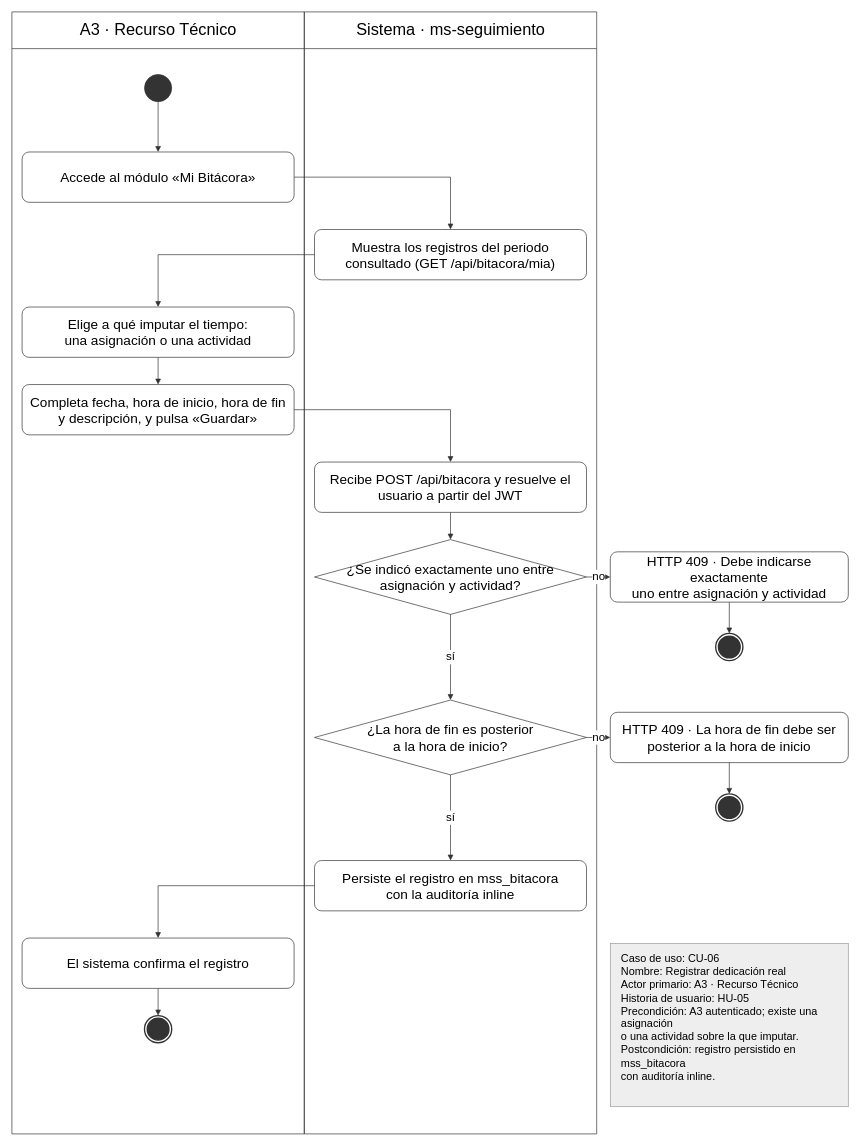
Before: Docs/Diagramas/Actividad/CU-06_Registrar_Dedicacion_Real.drawio in tfm-missi-2026/orquestacion, a draw.io diagram. Source tidied: cells renumbered, new cells numbered last; positions are measured from the earlier drawing's top-left corner, leaving out a move shared by most shapes. Both pictures are drawn from the tidied source at 68%, with x=0, y=0 at pixel (12, 12).
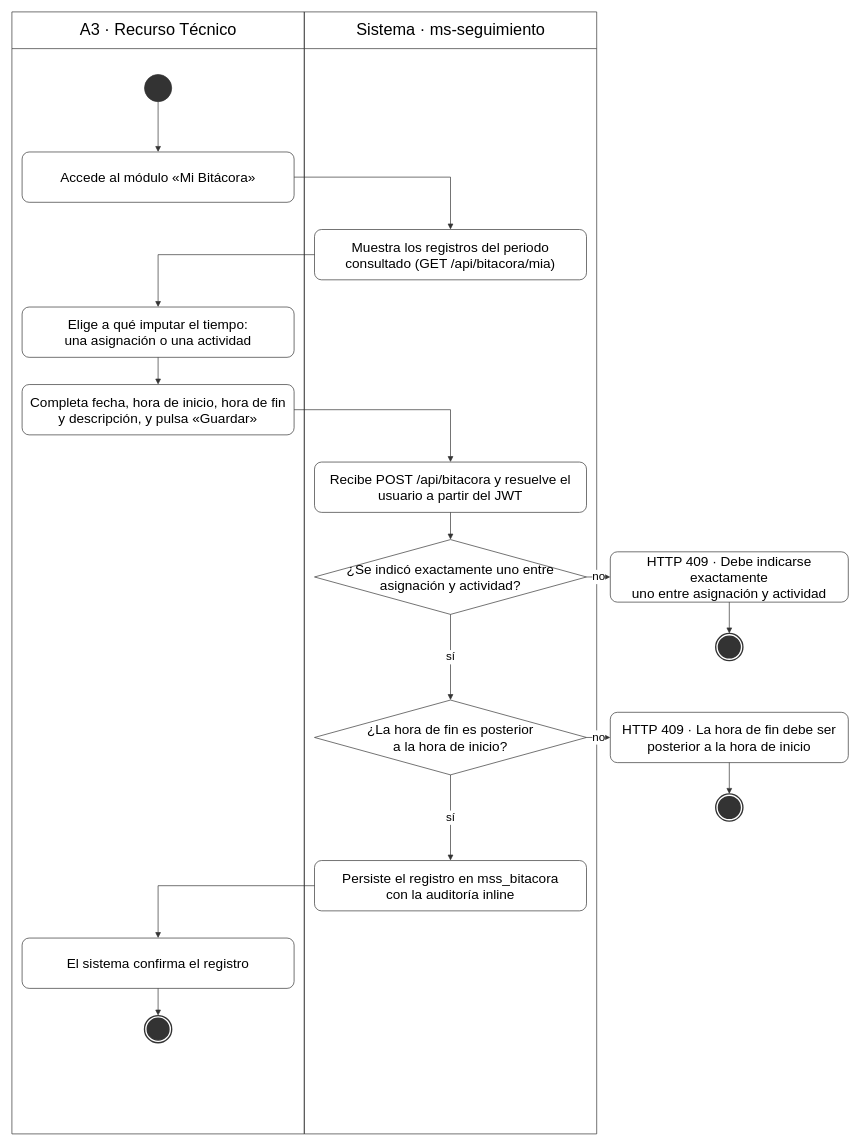
The same diagram, later.

The edit, as a diff of the source:
```diff
@@
-    <mxCell id="33" value="Caso de uso: CU-06&lt;br&gt;Nombre: Registrar dedicación real&lt;br&gt;Actor primario: A3 · Recurso Técnico&lt;br&gt;Historia de usuario: HU-05&lt;br&gt;Precondición: A3 autenticado; existe una asignación&lt;br&gt;o una actividad sobre la que imputar.&lt;br&gt;Postcondición: registro persistido en mss_bitacora&lt;br&gt;con auditoría inline." style="rounded=0;whiteSpace=wrap;html=1;fillColor=#EEEEEE;strokeColor=#999999;strokeWidth=1;fontColor=#000000;fontSize=16;align=left;verticalAlign=top;spacingLeft=14;spacingTop=6;shadow=0;" parent="1" vertex="1">
-      <mxGeometry x="880" y="1370" width="350" height="240" as="geometry" />
-    </mxCell>
```
